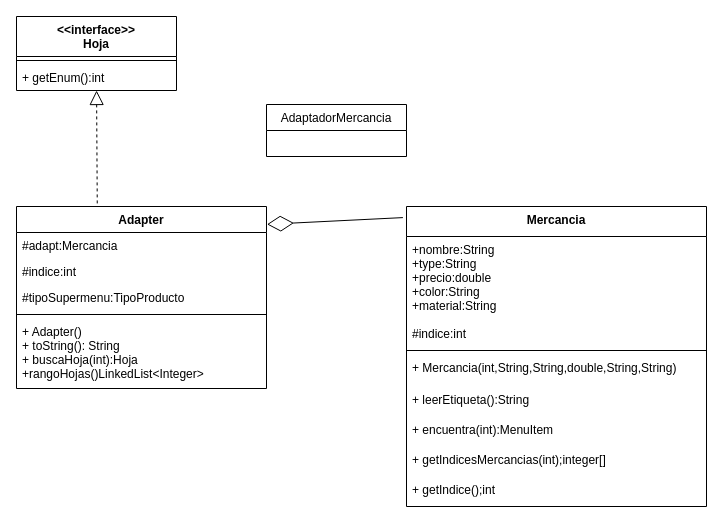
Before: Adapter.drawio in Rogarpa/Proyecto-1-Modelado-y-Programacion, a draw.io diagram. Source tidied: cells renumbered, new cells numbered last; positions are measured from the earlier drawing's top-left corner, leaving out a move shared by most shapes. Both pictures are drawn from the tidied source at 100%, with x=0, y=0 at pixel (16, 16).
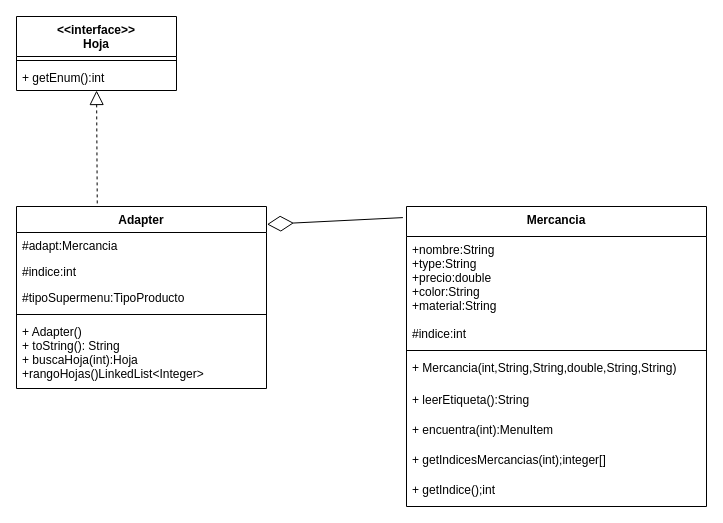
After the change.

Commit message (it also covers changes not shown here):
Diagrama Adapter modificado.

Diff of the diagram source:
```diff
@@
-    <mxCell id="22" value="AdaptadorMercancia" style="swimlane;fontStyle=0;horizontal=1;startSize=26;fillColor=none;" parent="1" vertex="1">
-      <mxGeometry x="250" y="88" width="140" height="52" as="geometry" />
-    </mxCell>
```
